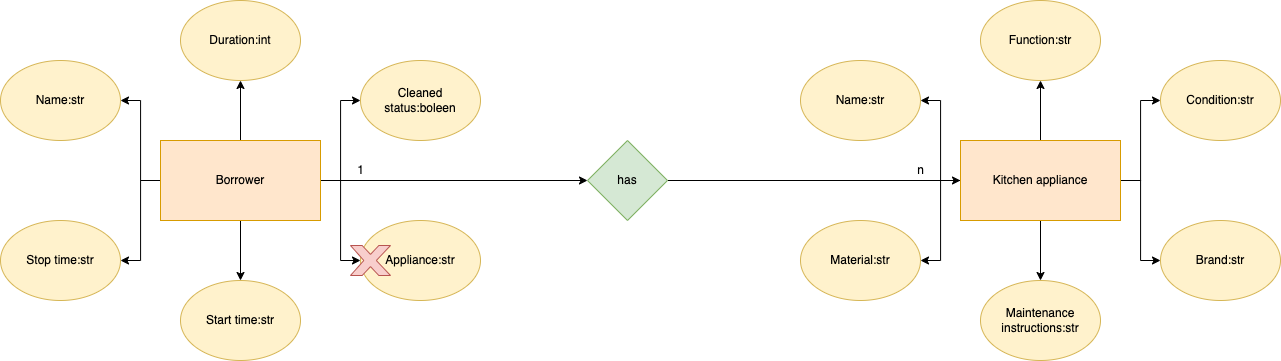
This is Project_3/Client_ER_diagram.drawio.png from MichaelT2828/Unit_3, a draw.io export, as it was before one commit. Source tidied: cells renumbered, new cells last; positions are measured from the earlier drawing's top-left corner, leaving out a move shared by most shapes. Its diagram source:
```xml
<mxGraphModel>
  <root>
    <mxCell id="0" />
    <mxCell id="1" parent="0" />
    <mxCell id="2" style="edgeStyle=orthogonalEdgeStyle;rounded=0;jettySize=auto;html=1;" parent="1" edge="1" source="9" target="11">
      <mxGeometry relative="1" as="geometry" />
    </mxCell>
    <mxCell id="3" style="edgeStyle=orthogonalEdgeStyle;rounded=0;jettySize=auto;html=1;" parent="1" edge="1" source="9" target="12">
      <mxGeometry relative="1" as="geometry" />
    </mxCell>
    <mxCell id="4" style="edgeStyle=orthogonalEdgeStyle;rounded=0;jettySize=auto;html=1;" parent="1" edge="1" source="9" target="13">
      <mxGeometry relative="1" as="geometry" />
    </mxCell>
    <mxCell id="5" style="edgeStyle=orthogonalEdgeStyle;rounded=0;jettySize=auto;html=1;" parent="1" edge="1" source="9" target="14">
      <mxGeometry relative="1" as="geometry" />
    </mxCell>
    <mxCell id="6" style="edgeStyle=orthogonalEdgeStyle;rounded=0;jettySize=auto;html=1;" parent="1" edge="1" source="9" target="15">
      <mxGeometry relative="1" as="geometry" />
    </mxCell>
    <mxCell id="7" style="edgeStyle=orthogonalEdgeStyle;rounded=0;jettySize=auto;html=1;" parent="1" edge="1" source="9" target="10">
      <mxGeometry relative="1" as="geometry" />
    </mxCell>
    <mxCell id="8" style="edgeStyle=orthogonalEdgeStyle;rounded=0;jettySize=auto;html=1;entryX=0;entryY=0.5;entryDx=0;entryDy=0;" parent="1" edge="1" source="9" target="17">
      <mxGeometry relative="1" as="geometry" />
    </mxCell>
    <mxCell id="9" value="Borrower" style="rounded=0;whiteSpace=wrap;html=1;fillColor=#ffe6cc;strokeColor=#d79b00;" parent="1" vertex="1">
      <mxGeometry x="160" y="140" width="160" height="80" as="geometry" />
    </mxCell>
    <mxCell id="10" value="Name:str" style="ellipse;whiteSpace=wrap;html=1;fillColor=#fff2cc;strokeColor=#d6b656;" parent="1" vertex="1">
      <mxGeometry y="60" width="120" height="80" as="geometry" />
    </mxCell>
    <mxCell id="11" value="Duration:int&lt;span style=&quot;color: rgba(0 , 0 , 0 , 0) ; font-family: monospace ; font-size: 0px&quot;&gt;%3CmxGraphModel%3E%3Croot%3E%3CmxCell%20id%3D%220%22%2F%3E%3CmxCell%20id%3D%221%22%20parent%3D%220%22%2F%3E%3CmxCell%20id%3D%222%22%20value%3D%22Borrower%22%20style%3D%22ellipse%3BwhiteSpace%3Dwrap%3Bhtml%3D1%3B%22%20vertex%3D%221%22%20parent%3D%221%22%3E%3CmxGeometry%20x%3D%22250%22%20y%3D%22120%22%20width%3D%22120%22%20height%3D%2280%22%20as%3D%22geometry%22%2F%3E%3C%2FmxCell%3E%3C%2Froot%3E%3C%2FmxGraphModel%3E&lt;/span&gt;" style="ellipse;whiteSpace=wrap;html=1;fillColor=#fff2cc;strokeColor=#d6b656;" parent="1" vertex="1">
      <mxGeometry x="180" width="120" height="80" as="geometry" />
    </mxCell>
    <mxCell id="12" value="Cleaned status:boleen" style="ellipse;whiteSpace=wrap;html=1;fillColor=#fff2cc;strokeColor=#d6b656;" parent="1" vertex="1">
      <mxGeometry x="360" y="60" width="120" height="80" as="geometry" />
    </mxCell>
    <mxCell id="13" value="Appliance:str" style="ellipse;whiteSpace=wrap;html=1;fillColor=#fff2cc;strokeColor=#d6b656;" parent="1" vertex="1">
      <mxGeometry x="360" y="220" width="120" height="80" as="geometry" />
    </mxCell>
    <mxCell id="14" value="Start time:str" style="ellipse;whiteSpace=wrap;html=1;fillColor=#fff2cc;strokeColor=#d6b656;" parent="1" vertex="1">
      <mxGeometry x="180" y="280" width="120" height="80" as="geometry" />
    </mxCell>
    <mxCell id="15" value="Stop time:str" style="ellipse;whiteSpace=wrap;html=1;fillColor=#fff2cc;strokeColor=#d6b656;" parent="1" vertex="1">
      <mxGeometry y="220" width="120" height="80" as="geometry" />
    </mxCell>
    <mxCell id="16" style="edgeStyle=orthogonalEdgeStyle;rounded=0;jettySize=auto;html=1;entryX=0;entryY=0.5;entryDx=0;entryDy=0;" parent="1" edge="1" source="17" target="25">
      <mxGeometry relative="1" as="geometry" />
    </mxCell>
    <mxCell id="17" value="has" style="rhombus;whiteSpace=wrap;html=1;fillColor=#d5e8d4;strokeColor=#82b366;" parent="1" vertex="1">
      <mxGeometry x="587" y="140" width="80" height="80" as="geometry" />
    </mxCell>
    <mxCell id="18" value="1" style="text;html=1;align=center;verticalAlign=middle;strokeColor=none;fillColor=none;" parent="1" vertex="1">
      <mxGeometry x="350" y="160" width="20" height="20" as="geometry" />
    </mxCell>
    <mxCell id="19" style="edgeStyle=orthogonalEdgeStyle;rounded=0;jettySize=auto;html=1;" parent="1" edge="1" source="25" target="27">
      <mxGeometry relative="1" as="geometry" />
    </mxCell>
    <mxCell id="20" style="edgeStyle=orthogonalEdgeStyle;rounded=0;jettySize=auto;html=1;" parent="1" edge="1" source="25" target="28">
      <mxGeometry relative="1" as="geometry" />
    </mxCell>
    <mxCell id="21" style="edgeStyle=orthogonalEdgeStyle;rounded=0;jettySize=auto;html=1;" parent="1" edge="1" source="25" target="29">
      <mxGeometry relative="1" as="geometry" />
    </mxCell>
    <mxCell id="22" style="edgeStyle=orthogonalEdgeStyle;rounded=0;jettySize=auto;html=1;" parent="1" edge="1" source="25" target="30">
      <mxGeometry relative="1" as="geometry" />
    </mxCell>
    <mxCell id="23" style="edgeStyle=orthogonalEdgeStyle;rounded=0;jettySize=auto;html=1;" parent="1" edge="1" source="25" target="31">
      <mxGeometry relative="1" as="geometry" />
    </mxCell>
    <mxCell id="24" style="edgeStyle=orthogonalEdgeStyle;rounded=0;jettySize=auto;html=1;" parent="1" edge="1" source="25" target="26">
      <mxGeometry relative="1" as="geometry" />
    </mxCell>
    <mxCell id="25" value="Kitchen appliance" style="rounded=0;whiteSpace=wrap;html=1;fillColor=#ffe6cc;strokeColor=#d79b00;" parent="1" vertex="1">
      <mxGeometry x="960" y="140" width="160" height="80" as="geometry" />
    </mxCell>
    <mxCell id="26" value="Name:str" style="ellipse;whiteSpace=wrap;html=1;fillColor=#fff2cc;strokeColor=#d6b656;" parent="1" vertex="1">
      <mxGeometry x="800" y="60" width="120" height="80" as="geometry" />
    </mxCell>
    <mxCell id="27" value="Function:str" style="ellipse;whiteSpace=wrap;html=1;fillColor=#fff2cc;strokeColor=#d6b656;" parent="1" vertex="1">
      <mxGeometry x="980" width="120" height="80" as="geometry" />
    </mxCell>
    <mxCell id="28" value="Condition:str" style="ellipse;whiteSpace=wrap;html=1;fillColor=#fff2cc;strokeColor=#d6b656;" parent="1" vertex="1">
      <mxGeometry x="1160" y="60" width="120" height="80" as="geometry" />
    </mxCell>
    <mxCell id="29" value="Brand:str" style="ellipse;whiteSpace=wrap;html=1;fillColor=#fff2cc;strokeColor=#d6b656;" parent="1" vertex="1">
      <mxGeometry x="1160" y="220" width="120" height="80" as="geometry" />
    </mxCell>
    <mxCell id="30" value="Maintenance instructions:str" style="ellipse;whiteSpace=wrap;html=1;fillColor=#fff2cc;strokeColor=#d6b656;" parent="1" vertex="1">
      <mxGeometry x="980" y="280" width="120" height="80" as="geometry" />
    </mxCell>
    <mxCell id="31" value="Material:str" style="ellipse;whiteSpace=wrap;html=1;fillColor=#fff2cc;strokeColor=#d6b656;" parent="1" vertex="1">
      <mxGeometry x="800" y="220" width="120" height="80" as="geometry" />
    </mxCell>
    <mxCell id="32" value="n" style="text;html=1;align=center;verticalAlign=middle;strokeColor=none;fillColor=none;" parent="1" vertex="1">
      <mxGeometry x="910" y="160" width="20" height="20" as="geometry" />
    </mxCell>
    <mxCell id="33" style="verticalLabelPosition=bottom;verticalAlign=top;html=1;shape=mxgraph.basic.x;fillColor=#f8cecc;strokeColor=#b85450;" parent="1" vertex="1">
      <mxGeometry x="350" y="245" width="40" height="30" as="geometry" />
    </mxCell>
  </root>
</mxGraphModel>
```
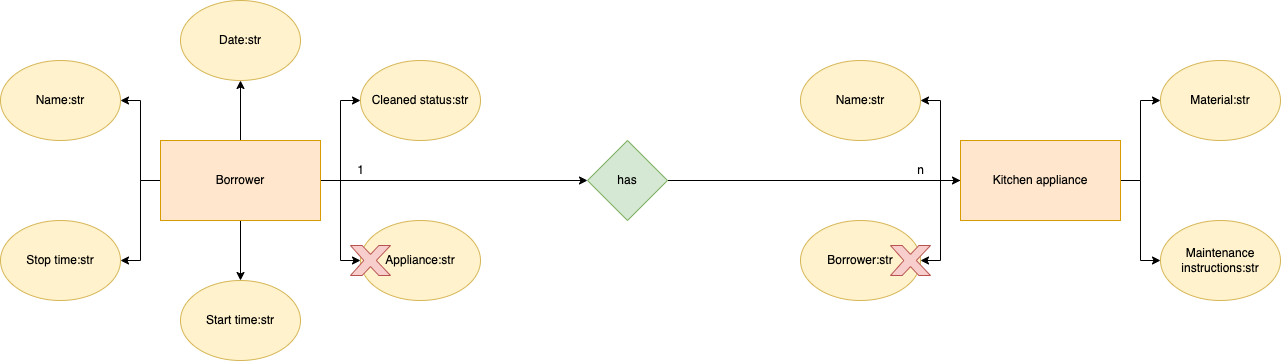
Above is the later version.

Change to the diagram source:
```diff
@@ -29,10 +29,10 @@
     <mxCell id="10" value="Name:str" style="ellipse;whiteSpace=wrap;html=1;fillColor=#fff2cc;strokeColor=#d6b656;" parent="1" vertex="1">
       <mxGeometry y="60" width="120" height="80" as="geometry" />
     </mxCell>
-    <mxCell id="11" value="Duration:int&lt;span style=&quot;color: rgba(0 , 0 , 0 , 0) ; font-family: monospace ; font-size: 0px&quot;&gt;%3CmxGraphModel%3E%3Croot%3E%3CmxCell%20id%3D%220%22%2F%3E%3CmxCell%20id%3D%221%22%20parent%3D%220%22%2F%3E%3CmxCell%20id%3D%222%22%20value%3D%22Borrower%22%20style%3D%22ellipse%3BwhiteSpace%3Dwrap%3Bhtml%3D1%3B%22%20vertex%3D%221%22%20parent%3D%221%22%3E%3CmxGeometry%20x%3D%22250%22%20y%3D%22120%22%20width%3D%22120%22%20height%3D%2280%22%20as%3D%22geometry%22%2F%3E%3C%2FmxCell%3E%3C%2Froot%3E%3C%2FmxGraphModel%3E&lt;/span&gt;" style="ellipse;whiteSpace=wrap;html=1;fillColor=#fff2cc;strokeColor=#d6b656;" parent="1" vertex="1">
+    <mxCell id="11" value="Date:str" style="ellipse;whiteSpace=wrap;html=1;fillColor=#fff2cc;strokeColor=#d6b656;" parent="1" vertex="1">
       <mxGeometry x="180" width="120" height="80" as="geometry" />
     </mxCell>
-    <mxCell id="12" value="Cleaned status:boleen" style="ellipse;whiteSpace=wrap;html=1;fillColor=#fff2cc;strokeColor=#d6b656;" parent="1" vertex="1">
+    <mxCell id="12" value="Cleaned status:str" style="ellipse;whiteSpace=wrap;html=1;fillColor=#fff2cc;strokeColor=#d6b656;" parent="1" vertex="1">
       <mxGeometry x="360" y="60" width="120" height="80" as="geometry" />
     </mxCell>
     <mxCell id="13" value="Appliance:str" style="ellipse;whiteSpace=wrap;html=1;fillColor=#fff2cc;strokeColor=#d6b656;" parent="1" vertex="1">
@@ -53,15 +53,9 @@
     <mxCell id="18" value="1" style="text;html=1;align=center;verticalAlign=middle;strokeColor=none;fillColor=none;" parent="1" vertex="1">
       <mxGeometry x="350" y="160" width="20" height="20" as="geometry" />
     </mxCell>
-    <mxCell id="19" style="edgeStyle=orthogonalEdgeStyle;rounded=0;jettySize=auto;html=1;" parent="1" edge="1" source="25" target="27">
-      <mxGeometry relative="1" as="geometry" />
-    </mxCell>
     <mxCell id="20" style="edgeStyle=orthogonalEdgeStyle;rounded=0;jettySize=auto;html=1;" parent="1" edge="1" source="25" target="28">
       <mxGeometry relative="1" as="geometry" />
     </mxCell>
-    <mxCell id="21" style="edgeStyle=orthogonalEdgeStyle;rounded=0;jettySize=auto;html=1;" parent="1" edge="1" source="25" target="29">
-      <mxGeometry relative="1" as="geometry" />
-    </mxCell>
     <mxCell id="22" style="edgeStyle=orthogonalEdgeStyle;rounded=0;jettySize=auto;html=1;" parent="1" edge="1" source="25" target="30">
       <mxGeometry relative="1" as="geometry" />
     </mxCell>
@@ -77,19 +71,13 @@
     <mxCell id="26" value="Name:str" style="ellipse;whiteSpace=wrap;html=1;fillColor=#fff2cc;strokeColor=#d6b656;" parent="1" vertex="1">
       <mxGeometry x="800" y="60" width="120" height="80" as="geometry" />
     </mxCell>
-    <mxCell id="27" value="Function:str" style="ellipse;whiteSpace=wrap;html=1;fillColor=#fff2cc;strokeColor=#d6b656;" parent="1" vertex="1">
-      <mxGeometry x="980" width="120" height="80" as="geometry" />
-    </mxCell>
-    <mxCell id="28" value="Condition:str" style="ellipse;whiteSpace=wrap;html=1;fillColor=#fff2cc;strokeColor=#d6b656;" parent="1" vertex="1">
+    <mxCell id="28" value="Material:str" style="ellipse;whiteSpace=wrap;html=1;fillColor=#fff2cc;strokeColor=#d6b656;" parent="1" vertex="1">
       <mxGeometry x="1160" y="60" width="120" height="80" as="geometry" />
     </mxCell>
-    <mxCell id="29" value="Brand:str" style="ellipse;whiteSpace=wrap;html=1;fillColor=#fff2cc;strokeColor=#d6b656;" parent="1" vertex="1">
-      <mxGeometry x="1160" y="220" width="120" height="80" as="geometry" />
-    </mxCell>
     <mxCell id="30" value="Maintenance instructions:str" style="ellipse;whiteSpace=wrap;html=1;fillColor=#fff2cc;strokeColor=#d6b656;" parent="1" vertex="1">
-      <mxGeometry x="980" y="280" width="120" height="80" as="geometry" />
+      <mxGeometry x="1160" y="220" width="120" height="80" as="geometry" />
     </mxCell>
-    <mxCell id="31" value="Material:str" style="ellipse;whiteSpace=wrap;html=1;fillColor=#fff2cc;strokeColor=#d6b656;" parent="1" vertex="1">
+    <mxCell id="31" value="Borrower:str" style="ellipse;whiteSpace=wrap;html=1;fillColor=#fff2cc;strokeColor=#d6b656;" parent="1" vertex="1">
       <mxGeometry x="800" y="220" width="120" height="80" as="geometry" />
     </mxCell>
     <mxCell id="32" value="n" style="text;html=1;align=center;verticalAlign=middle;strokeColor=none;fillColor=none;" parent="1" vertex="1">
@@ -98,5 +86,8 @@
     <mxCell id="33" style="verticalLabelPosition=bottom;verticalAlign=top;html=1;shape=mxgraph.basic.x;fillColor=#f8cecc;strokeColor=#b85450;" parent="1" vertex="1">
       <mxGeometry x="350" y="245" width="40" height="30" as="geometry" />
     </mxCell>
+    <mxCell id="34" style="verticalLabelPosition=bottom;verticalAlign=top;html=1;shape=mxgraph.basic.x;fillColor=#f8cecc;strokeColor=#b85450;" parent="1" vertex="1">
+      <mxGeometry x="890" y="245" width="40" height="30" as="geometry" />
+    </mxCell>
   </root>
 </mxGraphModel>
```
